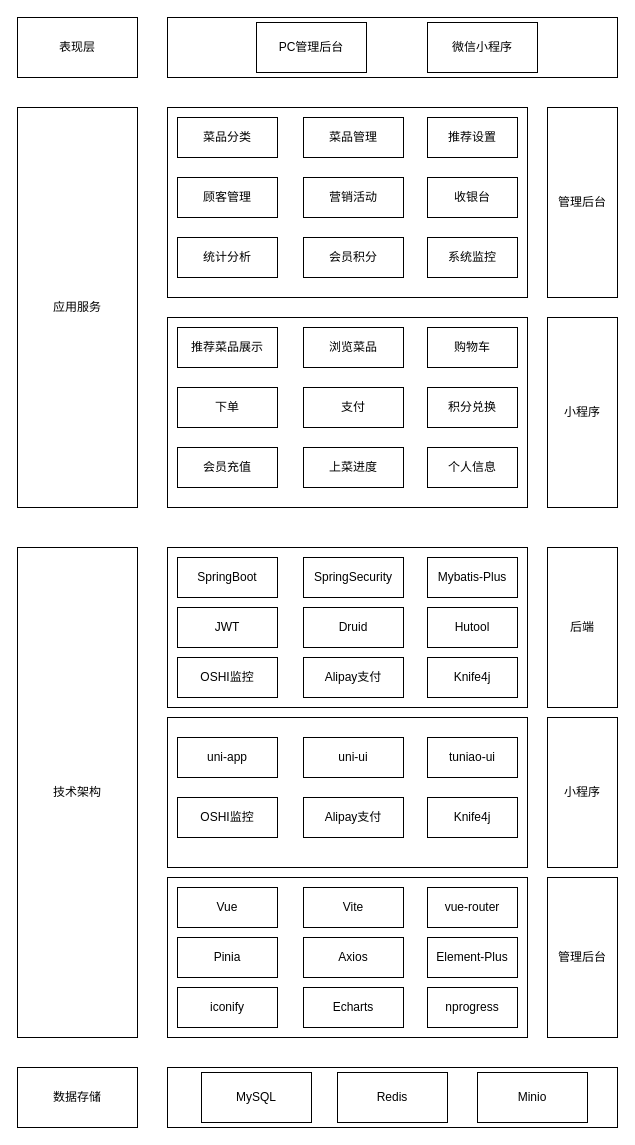
Earlier version of the draw.io diagram PTUer架构图.drawio (wuyuhang911/draw). Source tidied: cells renumbered, new cells numbered last; positions are measured from the earlier drawing's top-left corner, leaving out a move shared by most shapes. Both pictures are drawn from the tidied source at 100%, with x=0, y=0 at pixel (17, 17).
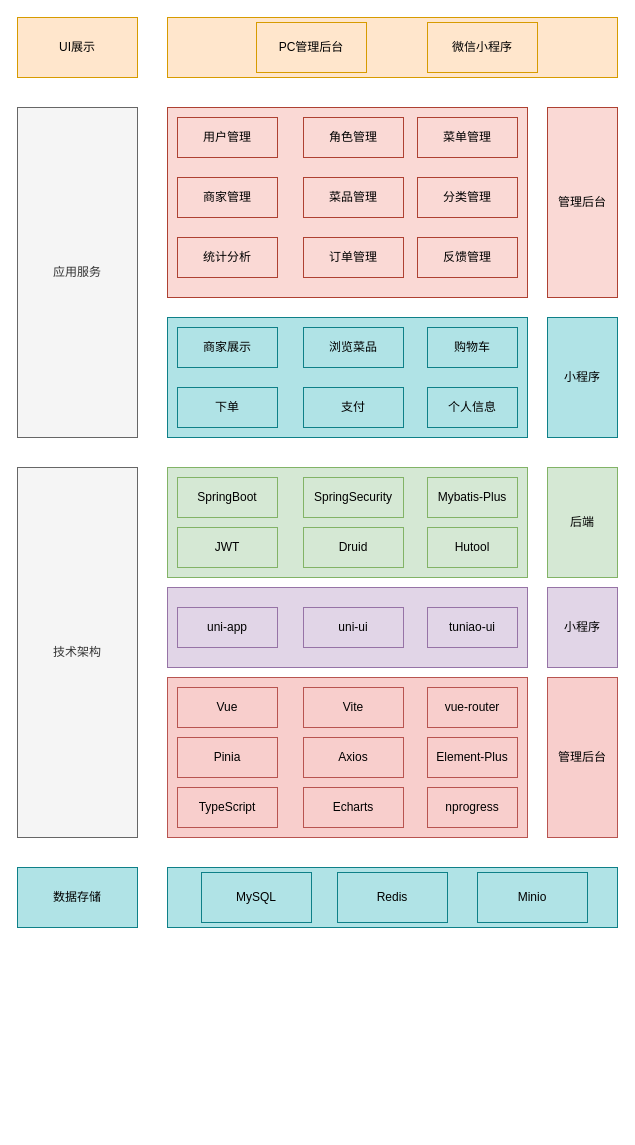
Above is the later version.

Commit message (it also covers changes not shown here):
更新PTUer架构图.drawio

The edit, as a diff of the source:
```diff
@@
-    <mxCell id="2" style="rounded=0;whiteSpace=wrap;html=1;" parent="1" vertex="1">
+    <mxCell id="2" style="rounded=0;whiteSpace=wrap;html=1;fillColor=#ffe6cc;strokeColor=#d79b00;" parent="1" vertex="1">
       <mxGeometry x="150" width="450" height="60" as="geometry" />
     </mxCell>
-    <mxCell id="3" value="表现层" style="rounded=0;whiteSpace=wrap;html=1;" parent="1" vertex="1">
+    <mxCell id="3" value="UI展示" style="rounded=0;whiteSpace=wrap;html=1;fillColor=#ffe6cc;strokeColor=#d79b00;" parent="1" vertex="1">
       <mxGeometry width="120" height="60" as="geometry" />
     </mxCell>
-    <mxCell id="4" value="PC管理后台" style="rounded=0;whiteSpace=wrap;html=1;" parent="1" vertex="1">
+    <mxCell id="4" value="PC管理后台" style="rounded=0;whiteSpace=wrap;html=1;fillColor=#ffe6cc;strokeColor=#d79b00;" parent="1" vertex="1">
       <mxGeometry x="239" y="5" width="110" height="50" as="geometry" />
     </mxCell>
-    <mxCell id="5" value="微信小程序" style="rounded=0;whiteSpace=wrap;html=1;" parent="1" vertex="1">
+    <mxCell id="5" value="微信小程序" style="rounded=0;whiteSpace=wrap;html=1;fillColor=#ffe6cc;strokeColor=#d79b00;" parent="1" vertex="1">
       <mxGeometry x="410" y="5" width="110" height="50" as="geometry" />
     </mxCell>
-    <mxCell id="6" value="应用服务" style="rounded=0;whiteSpace=wrap;html=1;" parent="1" vertex="1">
-      <mxGeometry y="90" width="120" height="400" as="geometry" />
+    <mxCell id="6" value="应用服务" style="rounded=0;whiteSpace=wrap;html=1;fillColor=#f5f5f5;fontColor=#333333;strokeColor=#666666;" parent="1" vertex="1">
+      <mxGeometry y="90" width="120" height="330" as="geometry" />
     </mxCell>
-    <mxCell id="7" value="技术架构" style="rounded=0;whiteSpace=wrap;html=1;" parent="1" vertex="1">
-      <mxGeometry y="530" width="120" height="490" as="geometry" />
+    <mxCell id="7" value="技术架构" style="rounded=0;whiteSpace=wrap;html=1;fillColor=#f5f5f5;fontColor=#333333;strokeColor=#666666;" parent="1" vertex="1">
+      <mxGeometry y="450" width="120" height="370" as="geometry" />
     </mxCell>
-    <mxCell id="8" value="数据存储" style="rounded=0;whiteSpace=wrap;html=1;" parent="1" vertex="1">
-      <mxGeometry y="1050" width="120" height="60" as="geometry" />
+    <mxCell id="8" value="数据存储" style="rounded=0;whiteSpace=wrap;html=1;fillColor=#b0e3e6;strokeColor=#0e8088;" parent="1" vertex="1">
+      <mxGeometry y="850" width="120" height="60" as="geometry" />
     </mxCell>
-    <mxCell id="9" style="rounded=0;whiteSpace=wrap;html=1;" parent="1" vertex="1">
+    <mxCell id="9" style="rounded=0;whiteSpace=wrap;html=1;fillColor=#fad9d5;strokeColor=#ae4132;" parent="1" vertex="1">
       <mxGeometry x="150" y="90" width="360" height="190" as="geometry" />
     </mxCell>
-    <mxCell id="10" value="管理后台" style="rounded=0;whiteSpace=wrap;html=1;" parent="1" vertex="1">
+    <mxCell id="10" value="管理后台" style="rounded=0;whiteSpace=wrap;html=1;fillColor=#fad9d5;strokeColor=#ae4132;" parent="1" vertex="1">
       <mxGeometry x="530" y="90" width="70" height="190" as="geometry" />
     </mxCell>
-    <mxCell id="11" style="rounded=0;whiteSpace=wrap;html=1;" parent="1" vertex="1">
-      <mxGeometry x="150" y="300" width="360" height="190" as="geometry" />
+    <mxCell id="11" style="rounded=0;whiteSpace=wrap;html=1;fillColor=#b0e3e6;strokeColor=#0e8088;" parent="1" vertex="1">
+      <mxGeometry x="150" y="300" width="360" height="120" as="geometry" />
     </mxCell>
-    <mxCell id="12" value="小程序" style="rounded=0;whiteSpace=wrap;html=1;" parent="1" vertex="1">
-      <mxGeometry x="530" y="300" width="70" height="190" as="geometry" />
+    <mxCell id="12" value="小程序" style="rounded=0;whiteSpace=wrap;html=1;fillColor=#b0e3e6;strokeColor=#0e8088;" parent="1" vertex="1">
+      <mxGeometry x="530" y="300" width="70" height="120" as="geometry" />
     </mxCell>
-    <mxCell id="13" style="rounded=0;whiteSpace=wrap;html=1;" parent="1" vertex="1">
-      <mxGeometry x="150" y="530" width="360" height="160" as="geometry" />
+    <mxCell id="13" style="rounded=0;whiteSpace=wrap;html=1;fillColor=#d5e8d4;strokeColor=#82b366;" parent="1" vertex="1">
+      <mxGeometry x="150" y="450" width="360" height="110" as="geometry" />
     </mxCell>
-    <mxCell id="14" value="后端" style="rounded=0;whiteSpace=wrap;html=1;" parent="1" vertex="1">
-      <mxGeometry x="530" y="530" width="70" height="160" as="geometry" />
+    <mxCell id="14" value="后端" style="rounded=0;whiteSpace=wrap;html=1;fillColor=#d5e8d4;strokeColor=#82b366;" parent="1" vertex="1">
+      <mxGeometry x="530" y="450" width="70" height="110" as="geometry" />
     </mxCell>
-    <mxCell id="15" style="rounded=0;whiteSpace=wrap;html=1;" parent="1" vertex="1">
-      <mxGeometry x="150" y="860" width="360" height="160" as="geometry" />
-    </mxCell>
-    <mxCell id="16" value="管理后台" style="rounded=0;whiteSpace=wrap;html=1;" parent="1" vertex="1">
-      <mxGeometry x="530" y="860" width="70" height="160" as="geometry" />
+    <mxCell id="16" value="管理后台" style="rounded=0;whiteSpace=wrap;html=1;fillColor=#f8cecc;strokeColor=#b85450;" parent="1" vertex="1">
+      <mxGeometry x="530" y="660" width="70" height="160" as="geometry" />
     </mxCell>
-    <mxCell id="17" style="rounded=0;whiteSpace=wrap;html=1;" parent="1" vertex="1">
-      <mxGeometry x="150" y="1050" width="450" height="60" as="geometry" />
+    <mxCell id="17" style="rounded=0;whiteSpace=wrap;html=1;fillColor=#b0e3e6;strokeColor=#0e8088;" parent="1" vertex="1">
+      <mxGeometry x="150" y="850" width="450" height="60" as="geometry" />
     </mxCell>
-    <mxCell id="18" value="MySQL" style="rounded=0;whiteSpace=wrap;html=1;" parent="1" vertex="1">
-      <mxGeometry x="184" y="1055" width="110" height="50" as="geometry" />
+    <mxCell id="18" value="MySQL" style="rounded=0;whiteSpace=wrap;html=1;fillColor=#b0e3e6;strokeColor=#0e8088;" parent="1" vertex="1">
+      <mxGeometry x="184" y="855" width="110" height="50" as="geometry" />
     </mxCell>
-    <mxCell id="19" value="Redis" style="rounded=0;whiteSpace=wrap;html=1;" parent="1" vertex="1">
-      <mxGeometry x="320" y="1055" width="110" height="50" as="geometry" />
+    <mxCell id="19" value="Redis" style="rounded=0;whiteSpace=wrap;html=1;fillColor=#b0e3e6;strokeColor=#0e8088;" parent="1" vertex="1">
+      <mxGeometry x="320" y="855" width="110" height="50" as="geometry" />
     </mxCell>
-    <mxCell id="20" value="Minio" style="rounded=0;whiteSpace=wrap;html=1;" parent="1" vertex="1">
-      <mxGeometry x="460" y="1055" width="110" height="50" as="geometry" />
+    <mxCell id="20" value="Minio" style="rounded=0;whiteSpace=wrap;html=1;fillColor=#b0e3e6;strokeColor=#0e8088;" parent="1" vertex="1">
+      <mxGeometry x="460" y="855" width="110" height="50" as="geometry" />
     </mxCell>
-    <mxCell id="21" style="rounded=0;whiteSpace=wrap;html=1;" parent="1" vertex="1">
-      <mxGeometry x="150" y="700" width="360" height="150" as="geometry" />
+    <mxCell id="21" style="rounded=0;whiteSpace=wrap;html=1;fillColor=#e1d5e7;strokeColor=#9673a6;" parent="1" vertex="1">
+      <mxGeometry x="150" y="570" width="360" height="80" as="geometry" />
     </mxCell>
-    <mxCell id="22" value="小程序" style="rounded=0;whiteSpace=wrap;html=1;" parent="1" vertex="1">
-      <mxGeometry x="530" y="700" width="70" height="150" as="geometry" />
+    <mxCell id="22" value="小程序" style="rounded=0;whiteSpace=wrap;html=1;fillColor=#e1d5e7;strokeColor=#9673a6;" parent="1" vertex="1">
+      <mxGeometry x="530" y="570" width="70" height="80" as="geometry" />
     </mxCell>
-    <mxCell id="23" value="菜品分类" style="rounded=0;whiteSpace=wrap;html=1;" parent="1" vertex="1">
+    <mxCell id="23" value="用户管理" style="rounded=0;whiteSpace=wrap;html=1;fillColor=#fad9d5;strokeColor=#ae4132;" parent="1" vertex="1">
       <mxGeometry x="160" y="100" width="100" height="40" as="geometry" />
     </mxCell>
-    <mxCell id="24" value="菜品管理" style="rounded=0;whiteSpace=wrap;html=1;" parent="1" vertex="1">
+    <mxCell id="24" value="角色管理" style="rounded=0;whiteSpace=wrap;html=1;fillColor=#fad9d5;strokeColor=#ae4132;" parent="1" vertex="1">
       <mxGeometry x="286" y="100" width="100" height="40" as="geometry" />
     </mxCell>
-    <mxCell id="25" value="推荐设置" style="rounded=0;whiteSpace=wrap;html=1;" parent="1" vertex="1">
-      <mxGeometry x="410" y="100" width="90" height="40" as="geometry" />
-    </mxCell>
-    <mxCell id="26" value="顾客管理" style="rounded=0;whiteSpace=wrap;html=1;" parent="1" vertex="1">
+    <mxCell id="26" value="商家管理" style="rounded=0;whiteSpace=wrap;html=1;fillColor=#fad9d5;strokeColor=#ae4132;" parent="1" vertex="1">
       <mxGeometry x="160" y="160" width="100" height="40" as="geometry" />
     </mxCell>
-    <mxCell id="27" value="统计分析" style="rounded=0;whiteSpace=wrap;html=1;" parent="1" vertex="1">
+    <mxCell id="27" value="统计分析" style="rounded=0;whiteSpace=wrap;html=1;fillColor=#fad9d5;strokeColor=#ae4132;" parent="1" vertex="1">
       <mxGeometry x="160" y="220" width="100" height="40" as="geometry" />
     </mxCell>
-    <mxCell id="28" value="营销活动" style="rounded=0;whiteSpace=wrap;html=1;" parent="1" vertex="1">
-      <mxGeometry x="286" y="160" width="100" height="40" as="geometry" />
-    </mxCell>
-    <mxCell id="29" value="会员积分" style="rounded=0;whiteSpace=wrap;html=1;" parent="1" vertex="1">
-      <mxGeometry x="286" y="220" width="100" height="40" as="geometry" />
-    </mxCell>
-    <mxCell id="30" value="收银台" style="rounded=0;whiteSpace=wrap;html=1;" parent="1" vertex="1">
-      <mxGeometry x="410" y="160" width="90" height="40" as="geometry" />
-    </mxCell>
-    <mxCell id="31" value="系统监控" style="rounded=0;whiteSpace=wrap;html=1;" parent="1" vertex="1">
-      <mxGeometry x="410" y="220" width="90" height="40" as="geometry" />
+    <mxCell id="31" value="反馈管理" style="rounded=0;whiteSpace=wrap;html=1;fillColor=#fad9d5;strokeColor=#ae4132;" parent="1" vertex="1">
+      <mxGeometry x="400" y="220" width="100" height="40" as="geometry" />
     </mxCell>
-    <mxCell id="32" value="推荐菜品展示" style="rounded=0;whiteSpace=wrap;html=1;" parent="1" vertex="1">
+    <mxCell id="32" value="商家展示" style="rounded=0;whiteSpace=wrap;html=1;fillColor=#b0e3e6;strokeColor=#0e8088;" parent="1" vertex="1">
       <mxGeometry x="160" y="310" width="100" height="40" as="geometry" />
     </mxCell>
-    <mxCell id="33" value="浏览菜品" style="rounded=0;whiteSpace=wrap;html=1;" parent="1" vertex="1">
+    <mxCell id="33" value="浏览菜品" style="rounded=0;whiteSpace=wrap;html=1;fillColor=#b0e3e6;strokeColor=#0e8088;" parent="1" vertex="1">
       <mxGeometry x="286" y="310" width="100" height="40" as="geometry" />
     </mxCell>
-    <mxCell id="34" value="购物车" style="rounded=0;whiteSpace=wrap;html=1;" parent="1" vertex="1">
+    <mxCell id="34" value="购物车" style="rounded=0;whiteSpace=wrap;html=1;fillColor=#b0e3e6;strokeColor=#0e8088;" parent="1" vertex="1">
       <mxGeometry x="410" y="310" width="90" height="40" as="geometry" />
     </mxCell>
-    <mxCell id="35" value="下单" style="rounded=0;whiteSpace=wrap;html=1;" parent="1" vertex="1">
+    <mxCell id="35" value="下单" style="rounded=0;whiteSpace=wrap;html=1;fillColor=#b0e3e6;strokeColor=#0e8088;" parent="1" vertex="1">
       <mxGeometry x="160" y="370" width="100" height="40" as="geometry" />
     </mxCell>
-    <mxCell id="36" value="支付" style="rounded=0;whiteSpace=wrap;html=1;" parent="1" vertex="1">
+    <mxCell id="36" value="支付" style="rounded=0;whiteSpace=wrap;html=1;fillColor=#b0e3e6;strokeColor=#0e8088;" parent="1" vertex="1">
       <mxGeometry x="286" y="370" width="100" height="40" as="geometry" />
     </mxCell>
-    <mxCell id="37" value="积分兑换" style="rounded=0;whiteSpace=wrap;html=1;" parent="1" vertex="1">
-      <mxGeometry x="410" y="370" width="90" height="40" as="geometry" />
-    </mxCell>
-    <mxCell id="38" value="会员充值" style="rounded=0;whiteSpace=wrap;html=1;" parent="1" vertex="1">
-      <mxGeometry x="160" y="430" width="100" height="40" as="geometry" />
-    </mxCell>
-    <mxCell id="39" value="上菜进度" style="rounded=0;whiteSpace=wrap;html=1;" parent="1" vertex="1">
-      <mxGeometry x="286" y="430" width="100" height="40" as="geometry" />
-    </mxCell>
-    <mxCell id="40" value="个人信息" style="rounded=0;whiteSpace=wrap;html=1;" parent="1" vertex="1">
-      <mxGeometry x="410" y="430" width="90" height="40" as="geometry" />
+    <mxCell id="40" value="个人信息" style="rounded=0;whiteSpace=wrap;html=1;fillColor=#b0e3e6;strokeColor=#0e8088;" parent="1" vertex="1">
+      <mxGeometry x="410" y="370" width="90" height="40" as="geometry" />
     </mxCell>
-    <mxCell id="41" value="SpringBoot" style="rounded=0;whiteSpace=wrap;html=1;" parent="1" vertex="1">
-      <mxGeometry x="160" y="540" width="100" height="40" as="geometry" />
+    <mxCell id="41" value="SpringBoot" style="rounded=0;whiteSpace=wrap;html=1;fillColor=#d5e8d4;strokeColor=#82b366;" parent="1" vertex="1">
+      <mxGeometry x="160" y="460" width="100" height="40" as="geometry" />
     </mxCell>
-    <mxCell id="42" value="SpringSecurity" style="rounded=0;whiteSpace=wrap;html=1;" parent="1" vertex="1">
-      <mxGeometry x="286" y="540" width="100" height="40" as="geometry" />
+    <mxCell id="42" value="SpringSecurity" style="rounded=0;whiteSpace=wrap;html=1;fillColor=#d5e8d4;strokeColor=#82b366;" parent="1" vertex="1">
+      <mxGeometry x="286" y="460" width="100" height="40" as="geometry" />
     </mxCell>
-    <mxCell id="43" value="Mybatis-Plus" style="rounded=0;whiteSpace=wrap;html=1;" parent="1" vertex="1">
-      <mxGeometry x="410" y="540" width="90" height="40" as="geometry" />
+    <mxCell id="43" value="Mybatis-Plus" style="rounded=0;whiteSpace=wrap;html=1;fillColor=#d5e8d4;strokeColor=#82b366;" parent="1" vertex="1">
+      <mxGeometry x="410" y="460" width="90" height="40" as="geometry" />
     </mxCell>
-    <mxCell id="44" value="JWT" style="rounded=0;whiteSpace=wrap;html=1;" parent="1" vertex="1">
-      <mxGeometry x="160" y="590" width="100" height="40" as="geometry" />
+    <mxCell id="44" value="JWT" style="rounded=0;whiteSpace=wrap;html=1;fillColor=#d5e8d4;strokeColor=#82b366;" parent="1" vertex="1">
+      <mxGeometry x="160" y="510" width="100" height="40" as="geometry" />
     </mxCell>
-    <mxCell id="45" value="Druid" style="rounded=0;whiteSpace=wrap;html=1;" parent="1" vertex="1">
-      <mxGeometry x="286" y="590" width="100" height="40" as="geometry" />
+    <mxCell id="45" value="Druid" style="rounded=0;whiteSpace=wrap;html=1;fillColor=#d5e8d4;strokeColor=#82b366;" parent="1" vertex="1">
+      <mxGeometry x="286" y="510" width="100" height="40" as="geometry" />
     </mxCell>
-    <mxCell id="46" value="Hutool" style="rounded=0;whiteSpace=wrap;html=1;" parent="1" vertex="1">
-      <mxGeometry x="410" y="590" width="90" height="40" as="geometry" />
+    <mxCell id="46" value="Hutool" style="rounded=0;whiteSpace=wrap;html=1;fillColor=#d5e8d4;strokeColor=#82b366;" parent="1" vertex="1">
+      <mxGeometry x="410" y="510" width="90" height="40" as="geometry" />
     </mxCell>
-    <mxCell id="47" value="OSHI监控" style="rounded=0;whiteSpace=wrap;html=1;" parent="1" vertex="1">
-      <mxGeometry x="160" y="640" width="100" height="40" as="geometry" />
-    </mxCell>
-    <mxCell id="48" value="Alipay支付" style="rounded=0;whiteSpace=wrap;html=1;" parent="1" vertex="1">
-      <mxGeometry x="286" y="640" width="100" height="40" as="geometry" />
-    </mxCell>
-    <mxCell id="49" value="Knife4j" style="rounded=0;whiteSpace=wrap;html=1;" parent="1" vertex="1">
-      <mxGeometry x="410" y="640" width="90" height="40" as="geometry" />
-    </mxCell>
-    <mxCell id="50" value="uni-app" style="rounded=0;whiteSpace=wrap;html=1;" parent="1" vertex="1">
-      <mxGeometry x="160" y="720" width="100" height="40" as="geometry" />
+    <mxCell id="50" value="uni-app" style="rounded=0;whiteSpace=wrap;html=1;fillColor=#e1d5e7;strokeColor=#9673a6;" parent="1" vertex="1">
+      <mxGeometry x="160" y="590" width="100" height="40" as="geometry" />
     </mxCell>
-    <mxCell id="51" value="uni-ui" style="rounded=0;whiteSpace=wrap;html=1;" parent="1" vertex="1">
-      <mxGeometry x="286" y="720" width="100" height="40" as="geometry" />
+    <mxCell id="51" value="uni-ui" style="rounded=0;whiteSpace=wrap;html=1;fillColor=#e1d5e7;strokeColor=#9673a6;" parent="1" vertex="1">
+      <mxGeometry x="286" y="590" width="100" height="40" as="geometry" />
     </mxCell>
-    <mxCell id="52" value="tuniao-ui" style="rounded=0;whiteSpace=wrap;html=1;" parent="1" vertex="1">
-      <mxGeometry x="410" y="720" width="90" height="40" as="geometry" />
+    <mxCell id="52" value="tuniao-ui" style="rounded=0;whiteSpace=wrap;html=1;fillColor=#e1d5e7;strokeColor=#9673a6;" parent="1" vertex="1">
+      <mxGeometry x="410" y="590" width="90" height="40" as="geometry" />
     </mxCell>
-    <mxCell id="53" value="OSHI监控" style="rounded=0;whiteSpace=wrap;html=1;" parent="1" vertex="1">
-      <mxGeometry x="160" y="780" width="100" height="40" as="geometry" />
-    </mxCell>
-    <mxCell id="54" value="Alipay支付" style="rounded=0;whiteSpace=wrap;html=1;" parent="1" vertex="1">
-      <mxGeometry x="286" y="780" width="100" height="40" as="geometry" />
-    </mxCell>
-    <mxCell id="55" value="Knife4j" style="rounded=0;whiteSpace=wrap;html=1;" parent="1" vertex="1">
-      <mxGeometry x="410" y="780" width="90" height="40" as="geometry" />
-    </mxCell>
+    <mxCell id="65" style="group;fillColor=#f8cecc;strokeColor=#b85450;" parent="1" vertex="1">
+      <mxGeometry x="150" y="660" width="360" height="160" as="geometry" />
+    </mxCell>
+    <mxCell id="15" style="rounded=0;whiteSpace=wrap;html=1;fillColor=#f8cecc;strokeColor=#b85450;" parent="65" vertex="1">
+      <mxGeometry width="360" height="160" as="geometry" />
+    </mxCell>
-    <mxCell id="56" value="Vue" style="rounded=0;whiteSpace=wrap;html=1;" parent="1" vertex="1">
-      <mxGeometry x="160" y="870" width="100" height="40" as="geometry" />
+    <mxCell id="56" value="Vue" style="rounded=0;whiteSpace=wrap;html=1;fillColor=#f8cecc;strokeColor=#b85450;" parent="65" vertex="1">
+      <mxGeometry x="10" y="10" width="100" height="40" as="geometry" />
     </mxCell>
-    <mxCell id="57" value="Vite" style="rounded=0;whiteSpace=wrap;html=1;" parent="1" vertex="1">
-      <mxGeometry x="286" y="870" width="100" height="40" as="geometry" />
+    <mxCell id="57" value="Vite" style="rounded=0;whiteSpace=wrap;html=1;fillColor=#f8cecc;strokeColor=#b85450;" parent="65" vertex="1">
+      <mxGeometry x="136" y="10" width="100" height="40" as="geometry" />
     </mxCell>
-    <mxCell id="58" value="vue-router" style="rounded=0;whiteSpace=wrap;html=1;" parent="1" vertex="1">
-      <mxGeometry x="410" y="870" width="90" height="40" as="geometry" />
+    <mxCell id="58" value="vue-router" style="rounded=0;whiteSpace=wrap;html=1;fillColor=#f8cecc;strokeColor=#b85450;" parent="65" vertex="1">
+      <mxGeometry x="260" y="10" width="90" height="40" as="geometry" />
     </mxCell>
-    <mxCell id="59" value="Pinia" style="rounded=0;whiteSpace=wrap;html=1;" parent="1" vertex="1">
-      <mxGeometry x="160" y="920" width="100" height="40" as="geometry" />
+    <mxCell id="59" value="Pinia" style="rounded=0;whiteSpace=wrap;html=1;fillColor=#f8cecc;strokeColor=#b85450;" parent="65" vertex="1">
+      <mxGeometry x="10" y="60" width="100" height="40" as="geometry" />
     </mxCell>
-    <mxCell id="60" value="Axios" style="rounded=0;whiteSpace=wrap;html=1;" parent="1" vertex="1">
-      <mxGeometry x="286" y="920" width="100" height="40" as="geometry" />
+    <mxCell id="60" value="Axios" style="rounded=0;whiteSpace=wrap;html=1;fillColor=#f8cecc;strokeColor=#b85450;" parent="65" vertex="1">
+      <mxGeometry x="136" y="60" width="100" height="40" as="geometry" />
     </mxCell>
-    <mxCell id="61" value="Element-Plus" style="rounded=0;whiteSpace=wrap;html=1;" parent="1" vertex="1">
-      <mxGeometry x="410" y="920" width="90" height="40" as="geometry" />
+    <mxCell id="61" value="Element-Plus" style="rounded=0;whiteSpace=wrap;html=1;fillColor=#f8cecc;strokeColor=#b85450;" parent="65" vertex="1">
+      <mxGeometry x="260" y="60" width="90" height="40" as="geometry" />
     </mxCell>
-    <mxCell id="62" value="iconify" style="rounded=0;whiteSpace=wrap;html=1;" parent="1" vertex="1">
-      <mxGeometry x="160" y="970" width="100" height="40" as="geometry" />
+    <mxCell id="62" value="TypeScript" style="rounded=0;whiteSpace=wrap;html=1;fillColor=#f8cecc;strokeColor=#b85450;" parent="65" vertex="1">
+      <mxGeometry x="10" y="110" width="100" height="40" as="geometry" />
     </mxCell>
-    <mxCell id="63" value="Echarts" style="rounded=0;whiteSpace=wrap;html=1;" parent="1" vertex="1">
-      <mxGeometry x="286" y="970" width="100" height="40" as="geometry" />
+    <mxCell id="63" value="Echarts" style="rounded=0;whiteSpace=wrap;html=1;fillColor=#f8cecc;strokeColor=#b85450;" parent="65" vertex="1">
+      <mxGeometry x="136" y="110" width="100" height="40" as="geometry" />
     </mxCell>
-    <mxCell id="64" value="nprogress" style="rounded=0;whiteSpace=wrap;html=1;" parent="1" vertex="1">
-      <mxGeometry x="410" y="970" width="90" height="40" as="geometry" />
+    <mxCell id="64" value="nprogress" style="rounded=0;whiteSpace=wrap;html=1;fillColor=#f8cecc;strokeColor=#b85450;" parent="65" vertex="1">
+      <mxGeometry x="260" y="110" width="90" height="40" as="geometry" />
     </mxCell>
+    <mxCell id="66" value="菜单管理" style="rounded=0;whiteSpace=wrap;html=1;fillColor=#fad9d5;strokeColor=#ae4132;" parent="1" vertex="1">
+      <mxGeometry x="400" y="100" width="100" height="40" as="geometry" />
+    </mxCell>
+    <mxCell id="67" value="菜品管理" style="rounded=0;whiteSpace=wrap;html=1;fillColor=#fad9d5;strokeColor=#ae4132;" parent="1" vertex="1">
+      <mxGeometry x="286" y="160" width="100" height="40" as="geometry" />
+    </mxCell>
+    <mxCell id="68" value="分类管理" style="rounded=0;whiteSpace=wrap;html=1;fillColor=#fad9d5;strokeColor=#ae4132;" parent="1" vertex="1">
+      <mxGeometry x="400" y="160" width="100" height="40" as="geometry" />
+    </mxCell>
+    <mxCell id="69" value="订单管理" style="rounded=0;whiteSpace=wrap;html=1;fillColor=#fad9d5;strokeColor=#ae4132;" parent="1" vertex="1">
+      <mxGeometry x="286" y="220" width="100" height="40" as="geometry" />
+    </mxCell>
```
